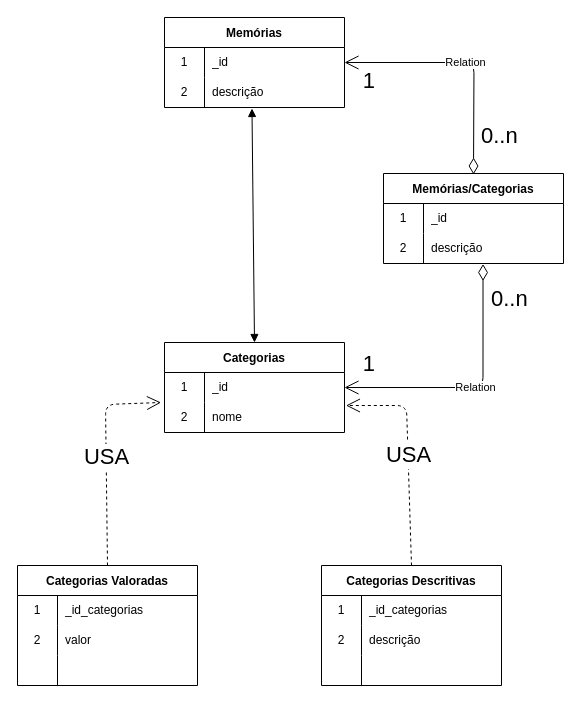
This is docs/diagrama_de_dados_aurora.drawio from marvinho-tn/aurora, a draw.io file, before an edit. Source tidied: cells renumbered, new cells numbered last; positions are measured from the earlier drawing's top-left corner, leaving out a move shared by most shapes. Both pictures are drawn from the tidied source at 100%, with x=0, y=0 at pixel (17, 17).
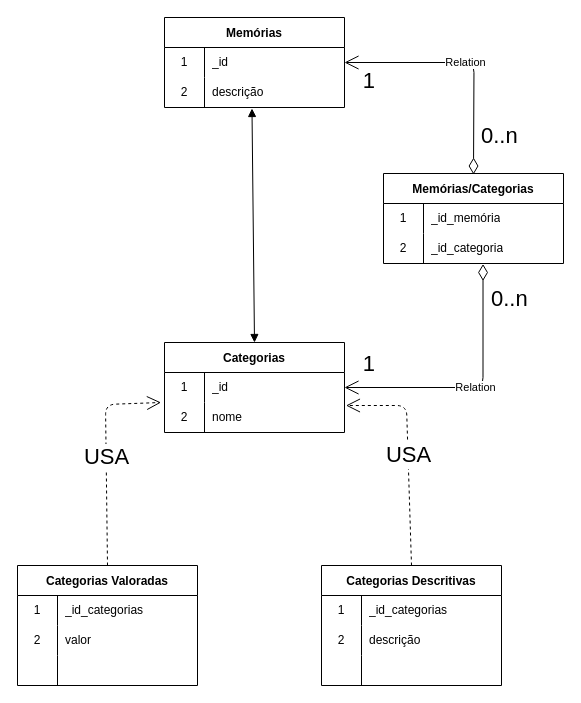
The same page after the edit.

Unchanged cells that the change refers to:
```xml
<mxCell id="40" style="shape=tableRow;horizontal=0;startSize=0;swimlaneHead=0;swimlaneBody=0;top=0;left=0;bottom=0;right=0;fillColor=none;" parent="39" vertex="1">
  <mxGeometry y="30" width="180" height="30" as="geometry" />
</mxCell>
<mxCell id="43" style="shape=tableRow;horizontal=0;startSize=0;swimlaneHead=0;swimlaneBody=0;top=0;left=0;bottom=0;right=0;fillColor=none;points=[[0,0.5],[1,0.5]];portConstraint=eastwest;" parent="39" vertex="1">
  <mxGeometry y="60" width="180" height="30" as="geometry" />
</mxCell>
```

What changed in the source:
```diff
@@
-    <mxCell id="42" value="_id" style="shape=partialRectangle;html=1;whiteSpace=wrap;fillColor=none;top=0;left=0;bottom=0;right=0;align=left;spacingLeft=6;overflow=hidden;" parent="40" vertex="1">
+    <mxCell id="42" value="_id_memória" style="shape=partialRectangle;html=1;whiteSpace=wrap;fillColor=none;top=0;left=0;bottom=0;right=0;align=left;spacingLeft=6;overflow=hidden;" parent="40" vertex="1">
       <mxGeometry x="40" width="140" height="30" as="geometry" />
     </mxCell>
@@
-    <mxCell id="45" value="descrição" style="shape=partialRectangle;html=1;whiteSpace=wrap;fillColor=none;top=0;left=0;bottom=0;right=0;align=left;spacingLeft=6;overflow=hidden;" parent="43" vertex="1">
+    <mxCell id="45" value="_id_categoria" style="shape=partialRectangle;html=1;whiteSpace=wrap;fillColor=none;top=0;left=0;bottom=0;right=0;align=left;spacingLeft=6;overflow=hidden;" parent="43" vertex="1">
       <mxGeometry x="40" width="140" height="30" as="geometry" />
     </mxCell>
```
